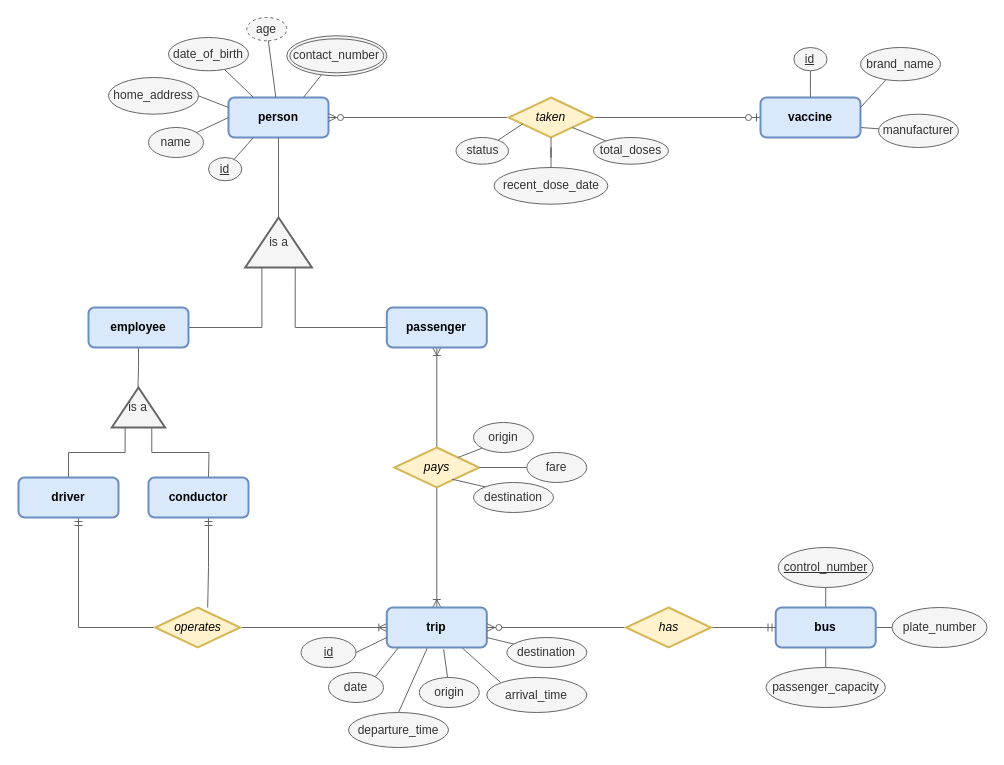
This is page "erd" (1 of 2) of docs/bus-passenger-tracker-db-erd.drawio from yourstrulyhb/bus-passenger-tracker-database, a draw.io file, before an edit. Source tidied: cells renumbered, new cells numbered last; positions are measured from the earlier drawing's top-left corner, leaving out a move shared by most shapes. Both pictures are drawn from the tidied source at 100%, with x=0, y=0 at pixel (18, 17).
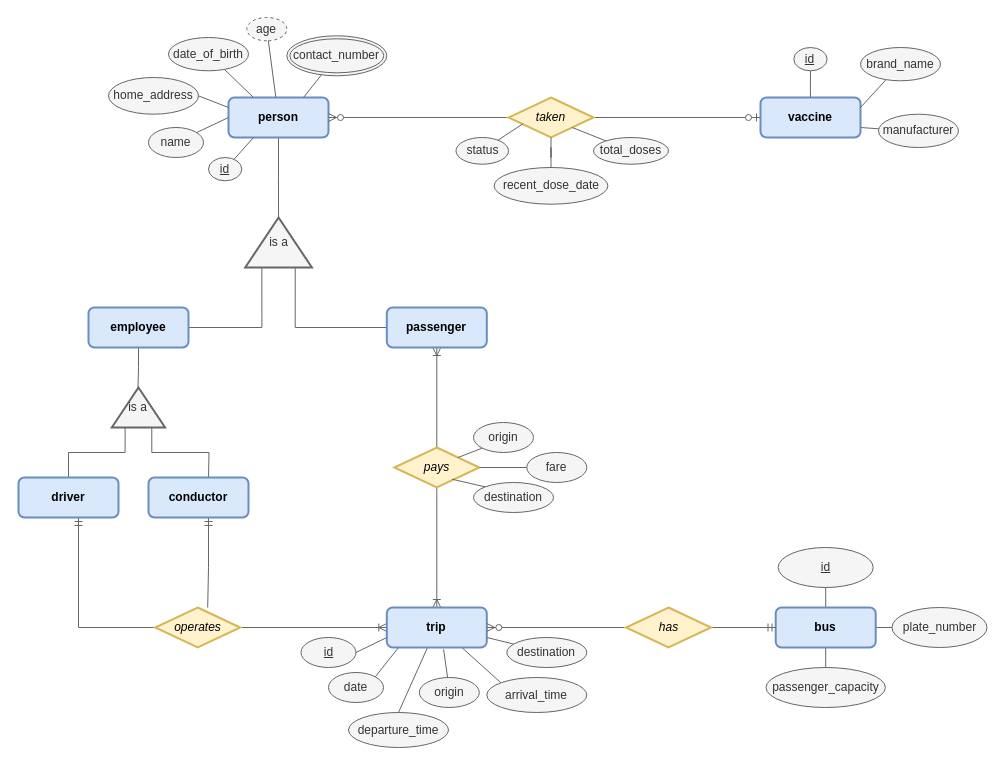
After the change.

Commit message (it also covers changes not shown here):
Created database schema

Change to the diagram source:
```diff
@@
-    <mxCell id="57" value="&lt;u&gt;control_number&lt;/u&gt;" style="ellipse;whiteSpace=wrap;html=1;direction=south;fillColor=#f5f5f5;strokeColor=#666666;fontColor=#333333;" parent="1" vertex="1">
+    <mxCell id="57" value="&lt;u&gt;id&lt;/u&gt;" style="ellipse;whiteSpace=wrap;html=1;direction=south;fillColor=#f5f5f5;strokeColor=#666666;fontColor=#333333;" parent="1" vertex="1">
       <mxGeometry x="759.7" y="530" width="95" height="40" as="geometry" />
     </mxCell>
```
